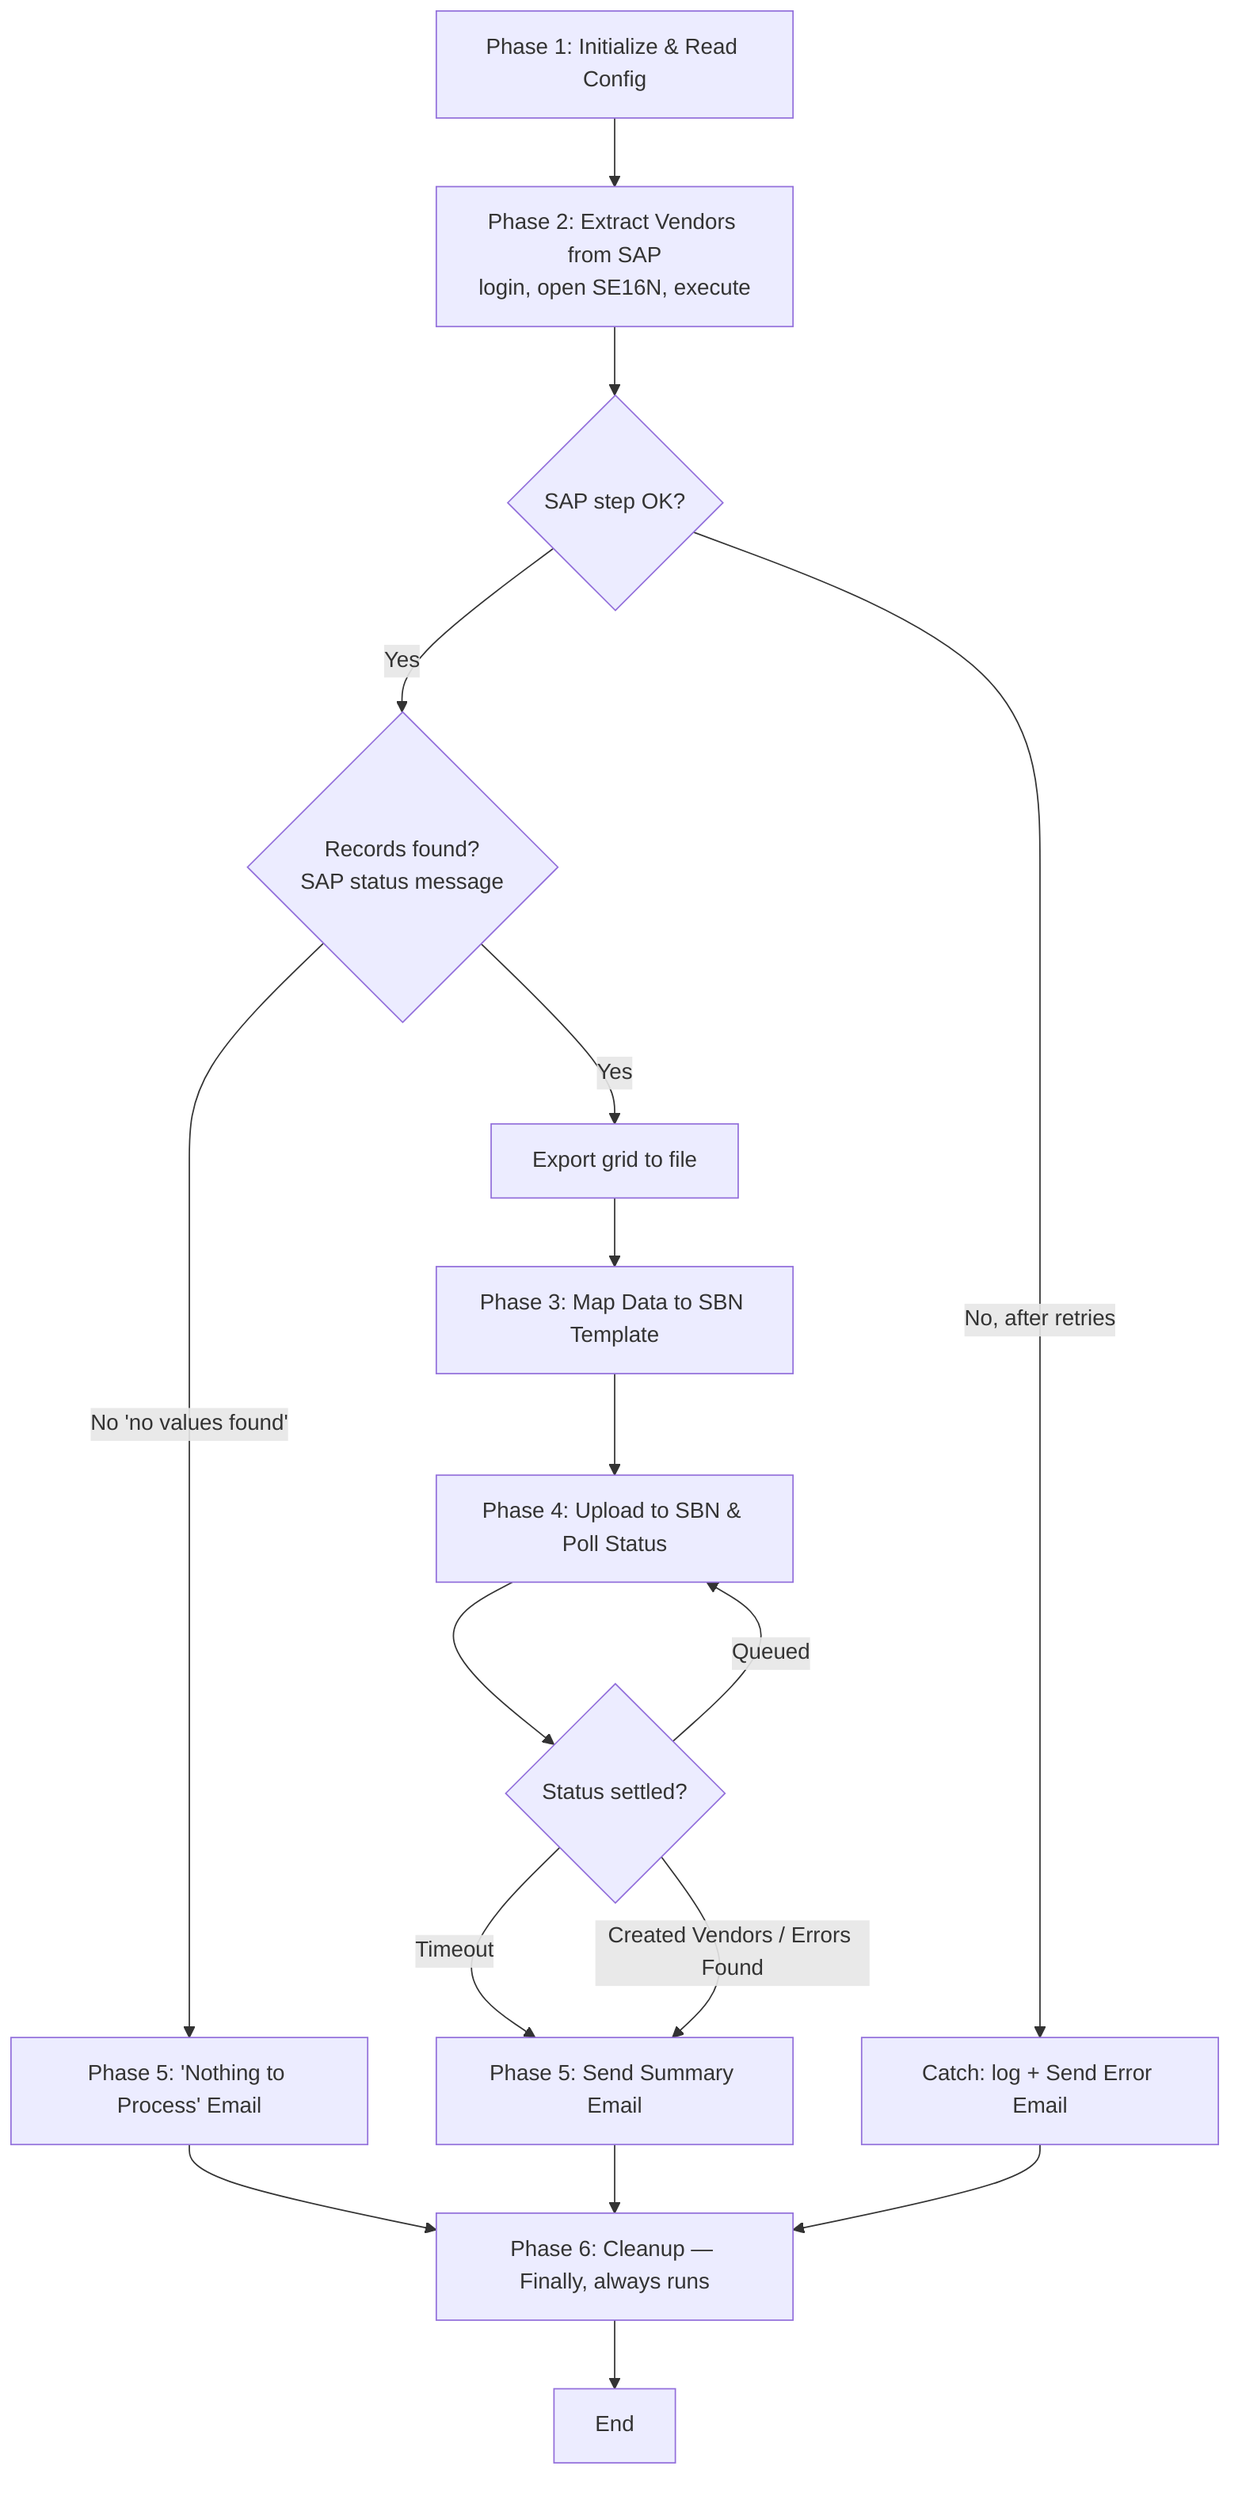
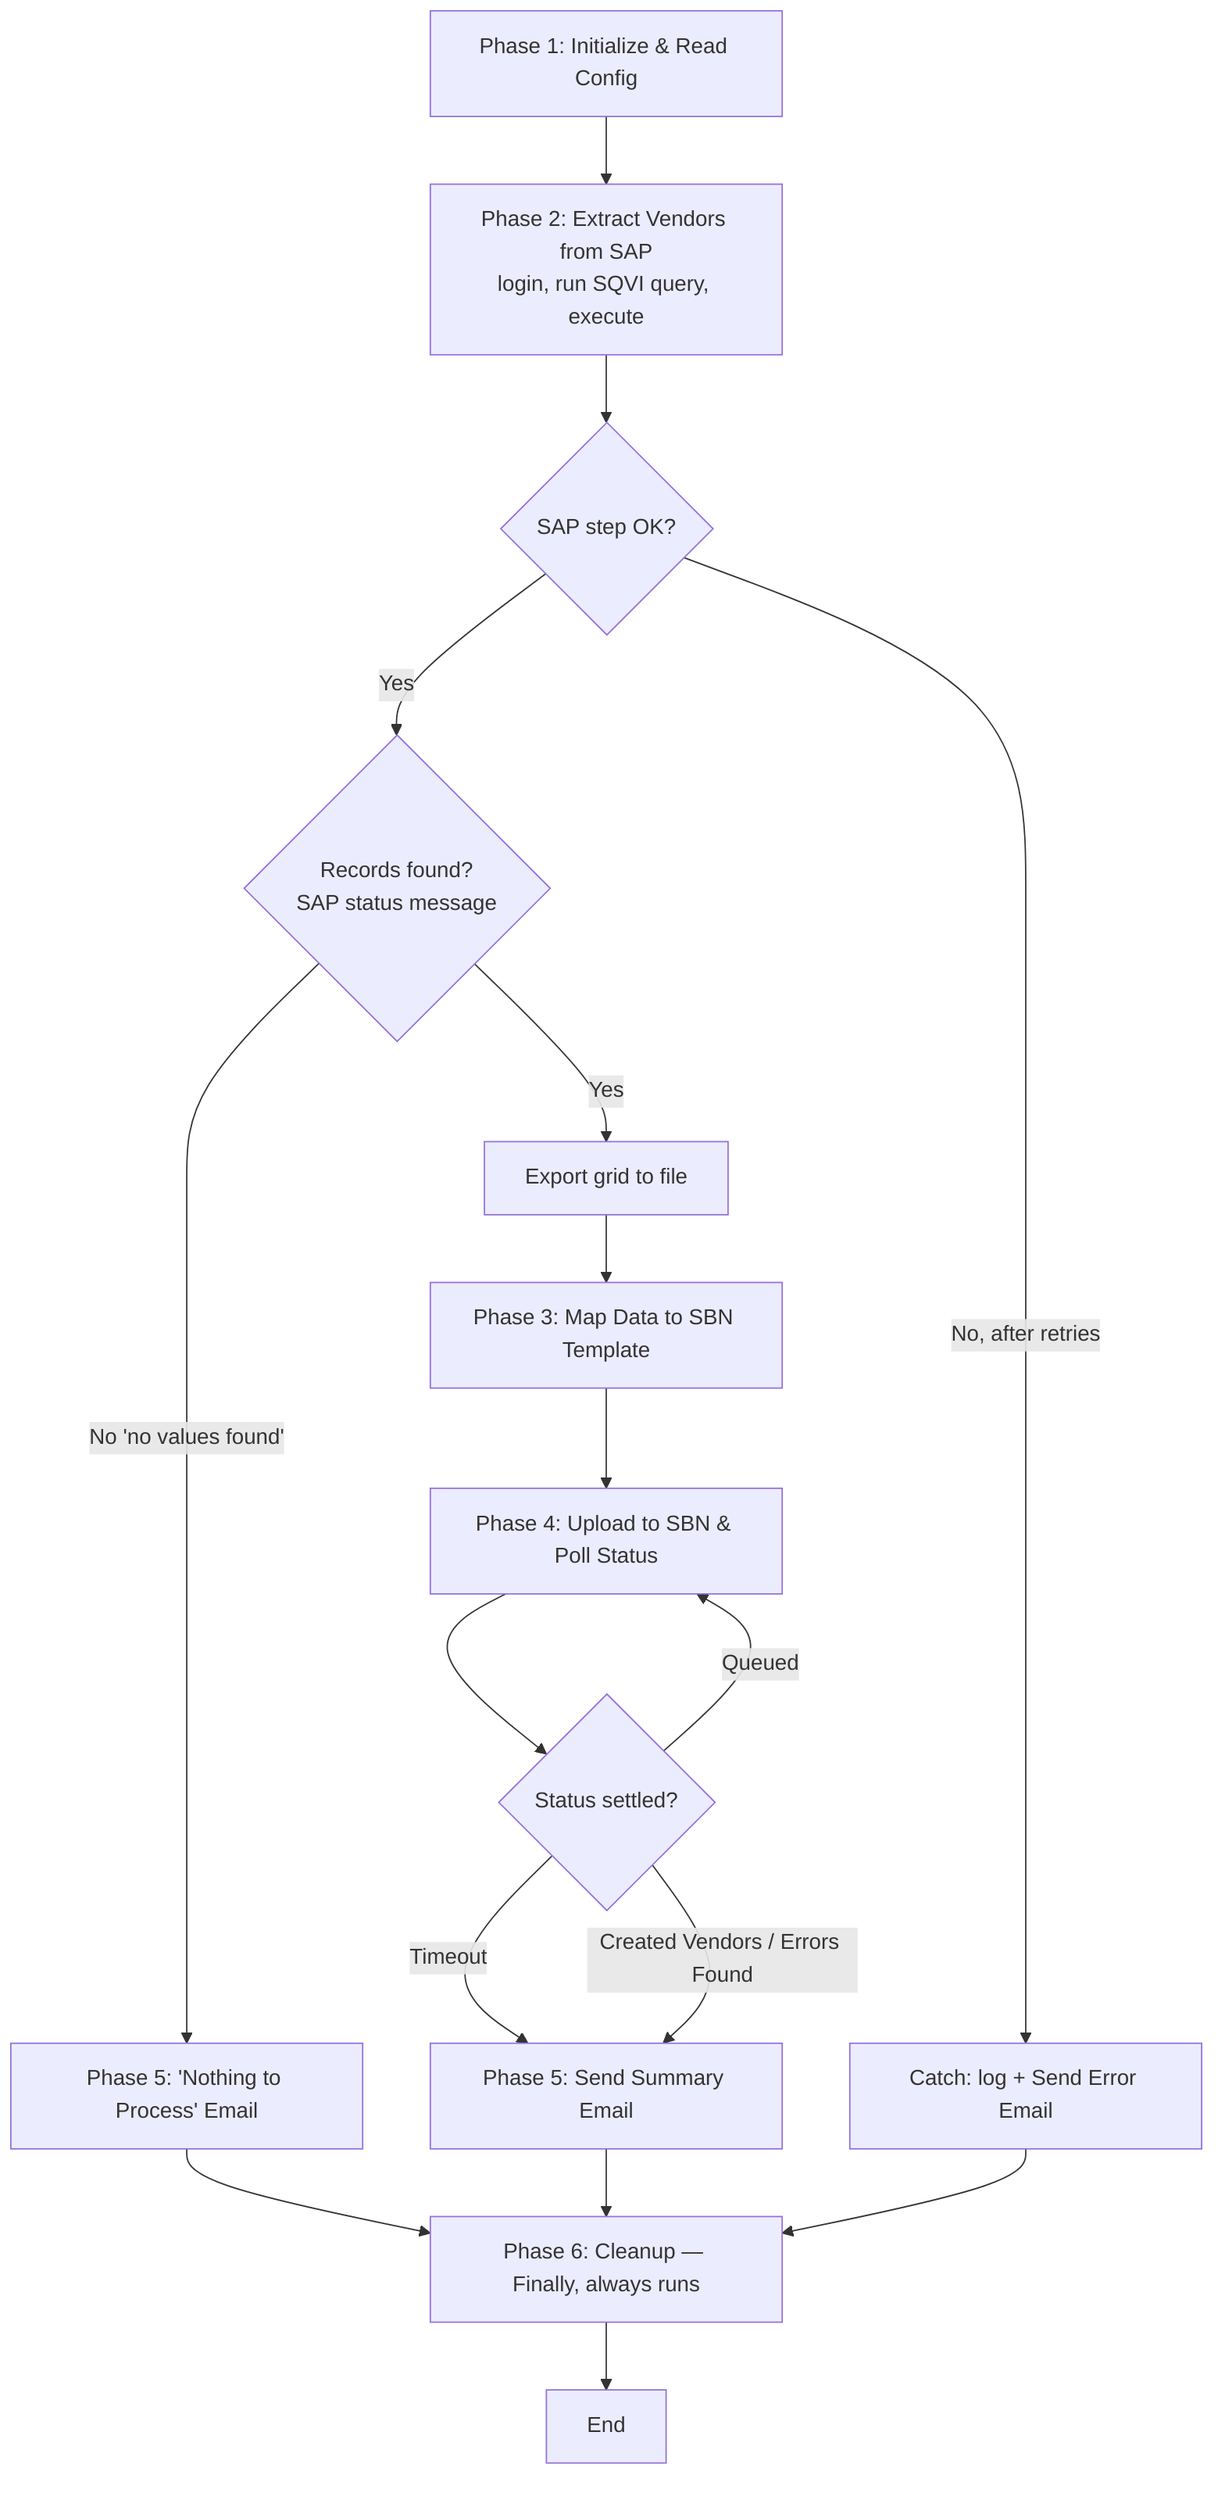
graph TD
-     A[Phase 1: Initialize & Read Config] --> B[Phase 2: Extract Vendors from SAP<br/>login, open SE16N, execute]
+     A[Phase 1: Initialize & Read Config] --> B[Phase 2: Extract Vendors from SAP<br/>login, run SQVI query, execute]
    B --> Bok{SAP step OK?}
    Bok -->|No, after retries| CATCH[Catch: log + Send Error Email]
    Bok -->|Yes| Rec{Records found?<br/>SAP status message}
    Rec -->|No 'no values found'| NP[Phase 5: 'Nothing to Process' Email]
    Rec -->|Yes| Exp[Export grid to file] --> C[Phase 3: Map Data to SBN Template]
    C --> D[Phase 4: Upload to SBN & Poll Status]
    D --> Poll{Status settled?}
    Poll -->|Queued| D
    Poll -->|Timeout| E
    Poll -->|Created Vendors / Errors Found| E[Phase 5: Send Summary Email]
    NP --> FIN
    E --> FIN
    CATCH --> FIN[Phase 6: Cleanup — Finally, always runs]
    FIN --> F[End]

    %% Note: an outer Try-Catch-Finally wraps Phases 1-5; a technical
    %% failure in any phase routes to Catch, then Finally cleanup.
